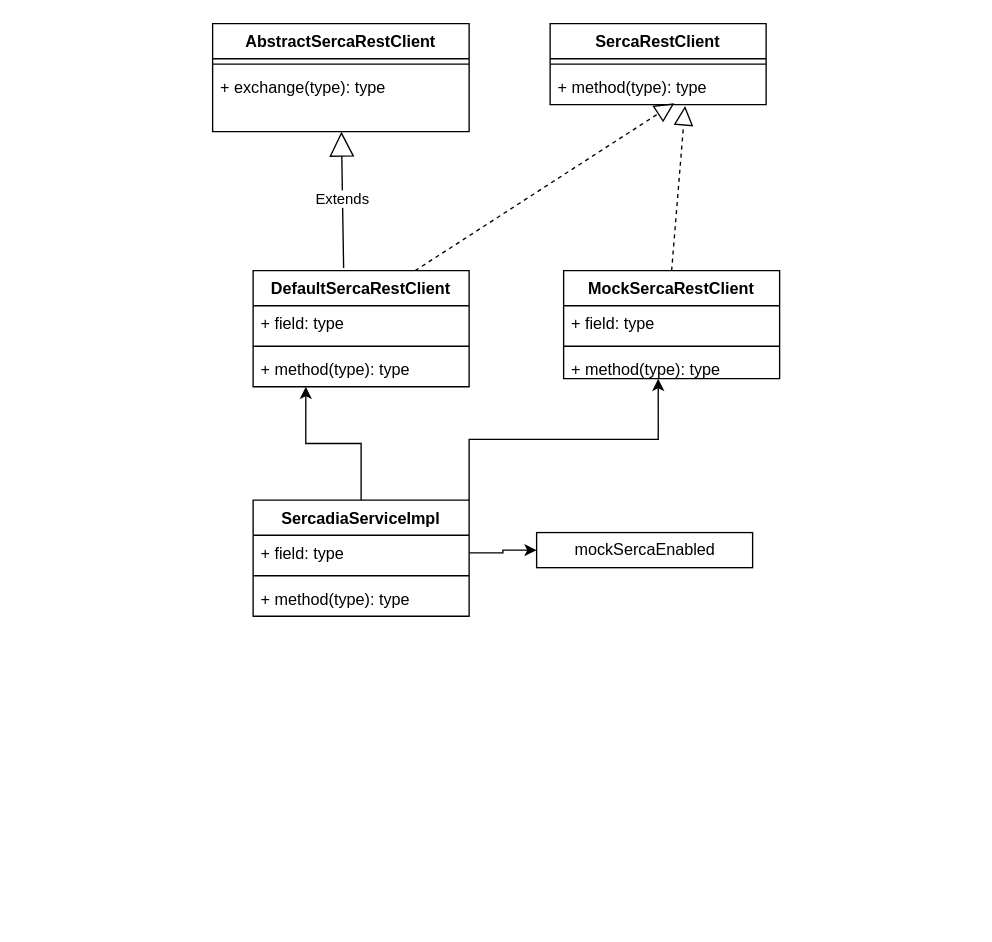
The draw.io diagram Untitled Diagram.drawio in elaissoussi/draw.io, before the edit. Source tidied: cells renumbered, new cells numbered last; positions are measured from the earlier drawing's top-left corner, leaving out a move shared by most shapes. Both pictures are drawn from the tidied source at 135%, with x=0, y=0 at pixel (212, 23).
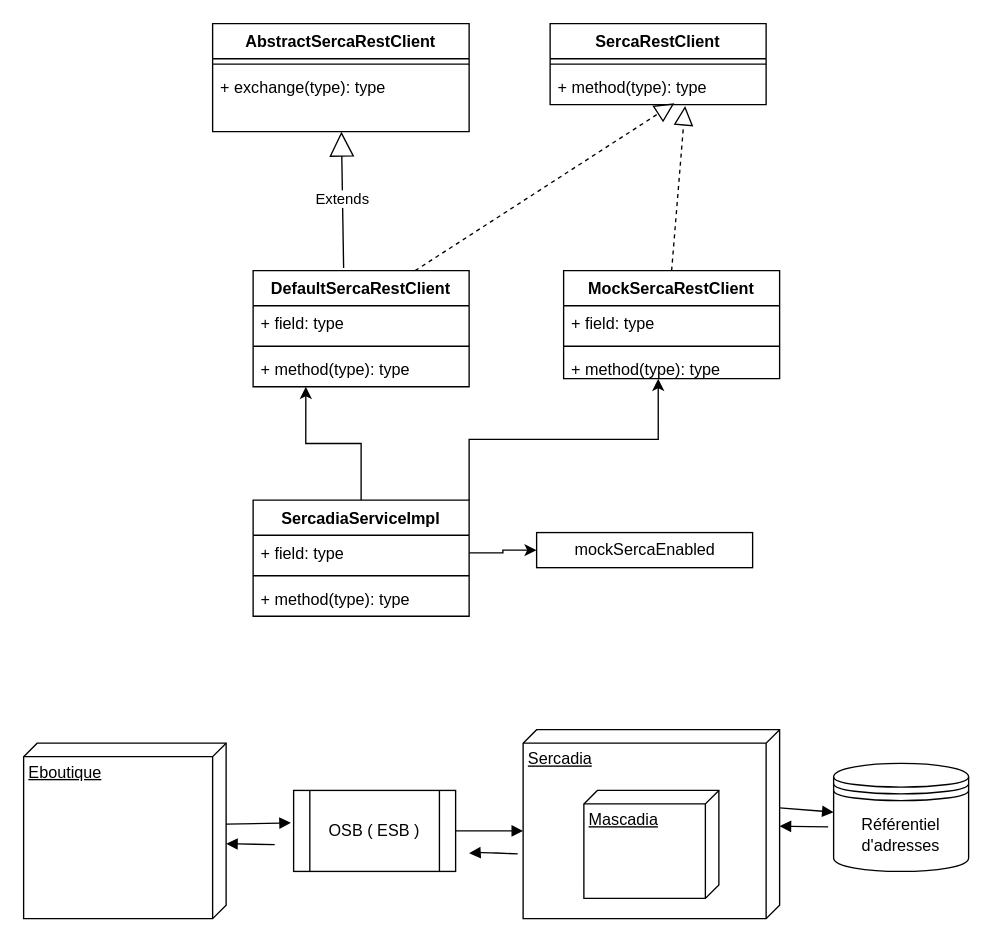
The same page after the edit.

Change to the diagram source:
```diff
@@
+    <mxCell id="27" value="Référentiel d'adresses" style="shape=datastore;whiteSpace=wrap;html=1;" parent="1" vertex="1">
+      <mxGeometry x="460" y="548" width="100" height="80" as="geometry" />
+    </mxCell>
+    <mxCell id="28" value="Eboutique" style="verticalAlign=top;align=left;spacingTop=8;spacingLeft=2;spacingRight=12;shape=cube;size=10;direction=south;fontStyle=4;html=1;" parent="1" vertex="1">
+      <mxGeometry x="-140" y="533" width="150" height="130" as="geometry" />
+    </mxCell>
+    <mxCell id="29" value="Sercadia" style="verticalAlign=top;align=left;spacingTop=8;spacingLeft=2;spacingRight=12;shape=cube;size=10;direction=south;fontStyle=4;html=1;" parent="1" vertex="1">
+      <mxGeometry x="230" y="523" width="190" height="140" as="geometry" />
+    </mxCell>
+    <mxCell id="30" value="OSB ( ESB )" style="shape=process;whiteSpace=wrap;html=1;backgroundOutline=1;" parent="1" vertex="1">
+      <mxGeometry x="60" y="568" width="120" height="60" as="geometry" />
+    </mxCell>
+    <mxCell id="31" value="Mascadia" style="verticalAlign=top;align=left;spacingTop=8;spacingLeft=2;spacingRight=12;shape=cube;size=10;direction=south;fontStyle=4;html=1;" parent="1" vertex="1">
+      <mxGeometry x="275" y="568" width="100" height="80" as="geometry" />
+    </mxCell>
+    <mxCell id="32" style="html=1;verticalAlign=bottom;endArrow=block;exitX=0;exitY=0;exitDx=60;exitDy=0;exitPerimeter=0;entryX=-0.017;entryY=0.4;entryDx=0;entryDy=0;entryPerimeter=0;" parent="1" edge="1" source="28" target="30">
+      <mxGeometry relative="1" as="geometry" />
+    </mxCell>
+    <mxCell id="33" style="html=1;verticalAlign=bottom;endArrow=block;entryX=0;entryY=0;entryDx=75;entryDy=190;entryPerimeter=0;exitX=1;exitY=0.5;exitDx=0;exitDy=0;" parent="1" edge="1" source="30" target="29">
+      <mxGeometry relative="1" as="geometry" />
+    </mxCell>
+    <mxCell id="34" style="html=1;verticalAlign=bottom;endArrow=block;exitX=0.414;exitY=0;exitDx=0;exitDy=0;exitPerimeter=0;" parent="1" edge="1" source="29" target="27">
+      <mxGeometry relative="1" as="geometry" />
+    </mxCell>
+    <mxCell id="35" style="html=1;verticalAlign=bottom;endArrow=block;exitX=-0.04;exitY=0.588;exitDx=0;exitDy=0;exitPerimeter=0;" parent="1" edge="1" source="27" target="29">
+      <mxGeometry relative="1" as="geometry" />
+    </mxCell>
+    <mxCell id="36" style="html=1;verticalAlign=bottom;endArrow=block;exitX=-0.04;exitY=0.588;exitDx=0;exitDy=0;exitPerimeter=0;" parent="1" edge="1">
+      <mxGeometry relative="1" as="geometry">
+        <mxPoint x="46" y="608.1" as="sourcePoint" />
+        <mxPoint x="10" y="607.5" as="targetPoint" />
+      </mxGeometry>
+    </mxCell>
+    <mxCell id="37" style="html=1;verticalAlign=bottom;endArrow=block;exitX=-0.04;exitY=0.588;exitDx=0;exitDy=0;exitPerimeter=0;" parent="1" edge="1">
+      <mxGeometry relative="1" as="geometry">
+        <mxPoint x="226" y="615" as="sourcePoint" />
+        <mxPoint x="190" y="614.5" as="targetPoint" />
+        <Array as="points">
+          <mxPoint x="200" y="614" />
+        </Array>
+      </mxGeometry>
+    </mxCell>
```
